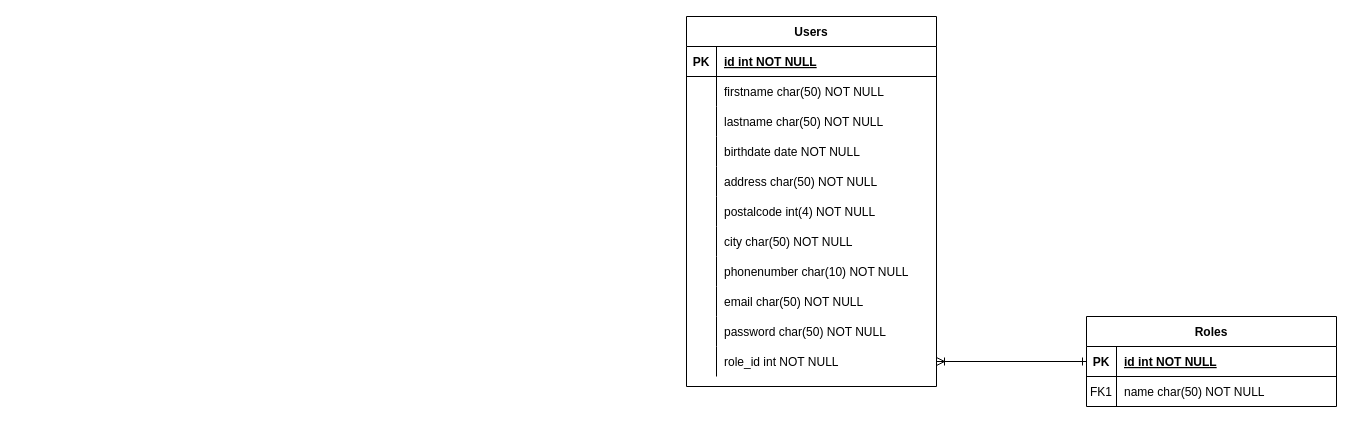
Before: docs/mld/mld.drawio in lzmoosheig/MVP_Project, a draw.io diagram. Source tidied: cells renumbered, new cells numbered last; positions are measured from the earlier drawing's top-left corner, leaving out a move shared by most shapes. Both pictures are drawn from the tidied source at 100%, with x=0, y=0 at pixel (686, 16).
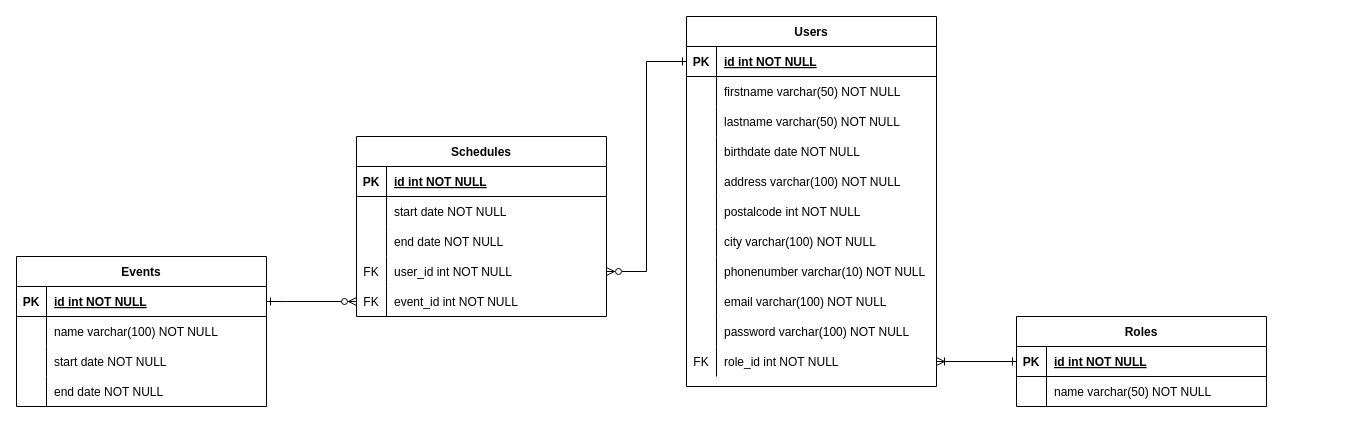
The same diagram, later.

The change refers to these unchanged cells:
```xml
<mxCell id="6" style="shape=partialRectangle;fillColor=none;top=0;left=0;right=0;bottom=0;" parent="2" vertex="1">
  <mxGeometry y="60" width="250" height="30" as="geometry" />
</mxCell>
<mxCell id="10" style="shape=partialRectangle;fillColor=none;points=[[0,0.5],[1,0.5]];portConstraint=eastwest;top=0;left=0;right=0;bottom=1;" parent="9" vertex="1">
  <mxGeometry y="30" width="250" height="30" as="geometry" />
</mxCell>
<mxCell id="13" style="shape=partialRectangle;fillColor=none;top=0;left=0;right=0;bottom=0;" parent="9" vertex="1">
  <mxGeometry y="60" width="250" height="30" as="geometry" />
</mxCell>
<mxCell id="16" style="shape=partialRectangle;fillColor=none;top=0;left=0;right=0;bottom=0;" parent="9" vertex="1">
  <mxGeometry y="90" width="250" height="30" as="geometry" />
</mxCell>
<mxCell id="22" style="shape=partialRectangle;fillColor=none;top=0;left=0;right=0;bottom=0;" parent="9" vertex="1">
  <mxGeometry y="150" width="250" height="30" as="geometry" />
</mxCell>
<mxCell id="25" style="shape=partialRectangle;fillColor=none;top=0;left=0;right=0;bottom=0;" parent="9" vertex="1">
  <mxGeometry y="180" width="250" height="30" as="geometry" />
</mxCell>
<mxCell id="28" style="shape=partialRectangle;fillColor=none;top=0;left=0;right=0;bottom=0;" parent="9" vertex="1">
  <mxGeometry y="210" width="250" height="30" as="geometry" />
</mxCell>
<mxCell id="31" style="shape=partialRectangle;fillColor=none;top=0;left=0;right=0;bottom=0;" parent="9" vertex="1">
  <mxGeometry y="240" width="250" height="30" as="geometry" />
</mxCell>
<mxCell id="34" style="shape=partialRectangle;fillColor=none;top=0;left=0;right=0;bottom=0;" parent="9" vertex="1">
  <mxGeometry y="270" width="250" height="30" as="geometry" />
</mxCell>
<mxCell id="37" style="shape=partialRectangle;fillColor=none;top=0;left=0;right=0;bottom=0;" parent="9" vertex="1">
  <mxGeometry y="300" width="250" height="30" as="geometry" />
</mxCell>
<mxCell id="40" style="shape=partialRectangle;fillColor=none;points=[[0,0.5],[1,0.5]];portConstraint=eastwest;top=0;left=0;right=0;bottom=0;" parent="9" vertex="1">
  <mxGeometry y="330" width="250" height="30" as="geometry" />
</mxCell>
```

What changed in the source:
```diff
@@
     <mxCell id="2" value="Roles" style="shape=table;startSize=30;childLayout=tableLayout;rowLines=0;fontStyle=1;align=center;" parent="1" vertex="1">
-      <mxGeometry x="400" y="300" width="250" height="90" as="geometry" />
+      <mxGeometry x="330" y="300" width="250" height="90" as="geometry" />
     </mxCell>
@@
-    <mxCell id="7" value="FK1" style="shape=partialRectangle;overflow=hidden;fillColor=none;top=0;left=0;bottom=0;right=0;" parent="6" vertex="1">
+    <mxCell id="7" style="shape=partialRectangle;overflow=hidden;fillColor=none;top=0;left=0;bottom=0;right=0;" parent="6" vertex="1">
       <mxGeometry width="30" height="30" as="geometry" />
     </mxCell>
-    <mxCell id="8" value="name char(50) NOT NULL" style="shape=partialRectangle;overflow=hidden;fillColor=none;top=0;left=0;bottom=0;right=0;align=left;spacingLeft=6;" parent="6" vertex="1">
+    <mxCell id="8" value="name varchar(50) NOT NULL" style="shape=partialRectangle;overflow=hidden;fillColor=none;top=0;left=0;bottom=0;right=0;align=left;spacingLeft=6;" parent="6" vertex="1">
       <mxGeometry x="30" width="220" height="30" as="geometry" />
     </mxCell>
@@
-    <mxCell id="15" value="firstname char(50) NOT NULL" style="shape=partialRectangle;overflow=hidden;fillColor=none;top=0;left=0;bottom=0;right=0;align=left;spacingLeft=6;" parent="13" vertex="1">
+    <mxCell id="15" value="firstname varchar(50) NOT NULL" style="shape=partialRectangle;overflow=hidden;fillColor=none;top=0;left=0;bottom=0;right=0;align=left;spacingLeft=6;" parent="13" vertex="1">
       <mxGeometry x="30" width="220" height="30" as="geometry" />
     </mxCell>
@@
-    <mxCell id="18" value="lastname char(50) NOT NULL" style="shape=partialRectangle;overflow=hidden;fillColor=none;top=0;left=0;bottom=0;right=0;align=left;spacingLeft=6;" parent="16" vertex="1">
+    <mxCell id="18" value="lastname varchar(50) NOT NULL" style="shape=partialRectangle;overflow=hidden;fillColor=none;top=0;left=0;bottom=0;right=0;align=left;spacingLeft=6;" parent="16" vertex="1">
       <mxGeometry x="30" width="220" height="30" as="geometry" />
     </mxCell>
@@
-    <mxCell id="24" value="address char(50) NOT NULL" style="shape=partialRectangle;overflow=hidden;fillColor=none;top=0;left=0;bottom=0;right=0;align=left;spacingLeft=6;" parent="22" vertex="1">
+    <mxCell id="24" value="address varchar(100) NOT NULL" style="shape=partialRectangle;overflow=hidden;fillColor=none;top=0;left=0;bottom=0;right=0;align=left;spacingLeft=6;" parent="22" vertex="1">
       <mxGeometry x="30" width="220" height="30" as="geometry" />
     </mxCell>
@@
-    <mxCell id="27" value="postalcode int(4) NOT NULL" style="shape=partialRectangle;overflow=hidden;fillColor=none;top=0;left=0;bottom=0;right=0;align=left;spacingLeft=6;" parent="25" vertex="1">
+    <mxCell id="27" value="postalcode int NOT NULL" style="shape=partialRectangle;overflow=hidden;fillColor=none;top=0;left=0;bottom=0;right=0;align=left;spacingLeft=6;" parent="25" vertex="1">
       <mxGeometry x="30" width="220" height="30" as="geometry" />
     </mxCell>
@@
-    <mxCell id="30" value="city char(50) NOT NULL" style="shape=partialRectangle;overflow=hidden;fillColor=none;top=0;left=0;bottom=0;right=0;align=left;spacingLeft=6;" parent="28" vertex="1">
+    <mxCell id="30" value="city varchar(100) NOT NULL" style="shape=partialRectangle;overflow=hidden;fillColor=none;top=0;left=0;bottom=0;right=0;align=left;spacingLeft=6;" parent="28" vertex="1">
       <mxGeometry x="30" width="220" height="30" as="geometry" />
     </mxCell>
@@
-    <mxCell id="33" value="phonenumber char(10) NOT NULL" style="shape=partialRectangle;overflow=hidden;fillColor=none;top=0;left=0;bottom=0;right=0;align=left;spacingLeft=6;" parent="31" vertex="1">
+    <mxCell id="33" value="phonenumber varchar(10) NOT NULL" style="shape=partialRectangle;overflow=hidden;fillColor=none;top=0;left=0;bottom=0;right=0;align=left;spacingLeft=6;" parent="31" vertex="1">
       <mxGeometry x="30" width="220" height="30" as="geometry" />
     </mxCell>
@@
-    <mxCell id="36" value="email char(50) NOT NULL" style="shape=partialRectangle;overflow=hidden;fillColor=none;top=0;left=0;bottom=0;right=0;align=left;spacingLeft=6;" parent="34" vertex="1">
+    <mxCell id="36" value="email varchar(100) NOT NULL" style="shape=partialRectangle;overflow=hidden;fillColor=none;top=0;left=0;bottom=0;right=0;align=left;spacingLeft=6;" parent="34" vertex="1">
       <mxGeometry x="30" width="220" height="30" as="geometry" />
     </mxCell>
@@
-    <mxCell id="39" value="password char(50) NOT NULL" style="shape=partialRectangle;overflow=hidden;fillColor=none;top=0;left=0;bottom=0;right=0;align=left;spacingLeft=6;" parent="37" vertex="1">
+    <mxCell id="39" value="password varchar(100) NOT NULL" style="shape=partialRectangle;overflow=hidden;fillColor=none;top=0;left=0;bottom=0;right=0;align=left;spacingLeft=6;" parent="37" vertex="1">
       <mxGeometry x="30" width="220" height="30" as="geometry" />
     </mxCell>
@@
-    <mxCell id="41" style="shape=partialRectangle;overflow=hidden;fillColor=none;top=0;left=0;bottom=0;right=0;" parent="40" vertex="1">
+    <mxCell id="41" value="FK" style="shape=partialRectangle;overflow=hidden;fillColor=none;top=0;left=0;bottom=0;right=0;" parent="40" vertex="1">
       <mxGeometry width="30" height="30" as="geometry" />
     </mxCell>
@@
+    <mxCell id="44" value="Schedules" style="shape=table;startSize=30;childLayout=tableLayout;rowLines=0;fontStyle=1;align=center;" parent="1" vertex="1">
+      <mxGeometry x="-330" y="120" width="250" height="180" as="geometry" />
+    </mxCell>
+    <mxCell id="45" style="shape=partialRectangle;fillColor=none;top=0;left=0;right=0;bottom=1;" parent="44" vertex="1">
+      <mxGeometry y="30" width="250" height="30" as="geometry" />
+    </mxCell>
+    <mxCell id="46" value="PK" style="shape=partialRectangle;overflow=hidden;fillColor=none;top=0;left=0;bottom=0;right=0;fontStyle=1;" parent="45" vertex="1">
+      <mxGeometry width="30" height="30" as="geometry" />
+    </mxCell>
+    <mxCell id="47" value="id int NOT NULL " style="shape=partialRectangle;overflow=hidden;fillColor=none;top=0;left=0;bottom=0;right=0;align=left;spacingLeft=6;fontStyle=5;" parent="45" vertex="1">
+      <mxGeometry x="30" width="220" height="30" as="geometry" />
+    </mxCell>
+    <mxCell id="48" style="shape=partialRectangle;fillColor=none;top=0;left=0;right=0;bottom=0;" parent="44" vertex="1">
+      <mxGeometry y="60" width="250" height="30" as="geometry" />
+    </mxCell>
+    <mxCell id="49" style="shape=partialRectangle;overflow=hidden;fillColor=none;top=0;left=0;bottom=0;right=0;" parent="48" vertex="1">
+      <mxGeometry width="30" height="30" as="geometry" />
+    </mxCell>
+    <mxCell id="50" value="start date NOT NULL" style="shape=partialRectangle;overflow=hidden;fillColor=none;top=0;left=0;bottom=0;right=0;align=left;spacingLeft=6;" parent="48" vertex="1">
+      <mxGeometry x="30" width="220" height="30" as="geometry" />
+    </mxCell>
+    <mxCell id="51" style="shape=partialRectangle;fillColor=none;top=0;left=0;right=0;bottom=0;" parent="44" vertex="1">
+      <mxGeometry y="90" width="250" height="30" as="geometry" />
+    </mxCell>
+    <mxCell id="52" style="shape=partialRectangle;overflow=hidden;fillColor=none;top=0;left=0;bottom=0;right=0;" parent="51" vertex="1">
+      <mxGeometry width="30" height="30" as="geometry" />
+    </mxCell>
+    <mxCell id="53" value="end date NOT NULL" style="shape=partialRectangle;overflow=hidden;fillColor=none;top=0;left=0;bottom=0;right=0;align=left;spacingLeft=6;" parent="51" vertex="1">
+      <mxGeometry x="30" width="220" height="30" as="geometry" />
+    </mxCell>
+    <mxCell id="54" style="shape=partialRectangle;fillColor=none;points=[[0,0.5],[1,0.5]];portConstraint=eastwest;top=0;left=0;right=0;bottom=0;" parent="44" vertex="1">
+      <mxGeometry y="120" width="250" height="30" as="geometry" />
+    </mxCell>
+    <mxCell id="55" value="FK" style="shape=partialRectangle;overflow=hidden;fillColor=none;top=0;left=0;bottom=0;right=0;" parent="54" vertex="1">
+      <mxGeometry width="30" height="30" as="geometry" />
+    </mxCell>
+    <mxCell id="56" value="user_id int NOT NULL" style="shape=partialRectangle;overflow=hidden;fillColor=none;top=0;left=0;bottom=0;right=0;align=left;spacingLeft=6;" parent="54" vertex="1">
+      <mxGeometry x="30" width="220" height="30" as="geometry" />
+    </mxCell>
+    <mxCell id="57" style="shape=partialRectangle;fillColor=none;points=[[0,0.5],[1,0.5]];portConstraint=eastwest;top=0;left=0;right=0;bottom=0;" parent="44" vertex="1">
+      <mxGeometry y="150" width="250" height="30" as="geometry" />
+    </mxCell>
+    <mxCell id="58" value="FK" style="shape=partialRectangle;overflow=hidden;fillColor=none;top=0;left=0;bottom=0;right=0;" parent="57" vertex="1">
+      <mxGeometry width="30" height="30" as="geometry" />
+    </mxCell>
+    <mxCell id="59" value="event_id int NOT NULL" style="shape=partialRectangle;overflow=hidden;fillColor=none;top=0;left=0;bottom=0;right=0;align=left;spacingLeft=6;" parent="57" vertex="1">
+      <mxGeometry x="30" width="220" height="30" as="geometry" />
+    </mxCell>
+    <mxCell id="60" value="Events" style="shape=table;startSize=30;childLayout=tableLayout;rowLines=0;fontStyle=1;align=center;" parent="1" vertex="1">
+      <mxGeometry x="-670" y="240" width="250" height="150" as="geometry" />
+    </mxCell>
+    <mxCell id="61" style="shape=partialRectangle;fillColor=none;points=[[0,0.5],[1,0.5]];portConstraint=eastwest;top=0;left=0;right=0;bottom=1;" parent="60" vertex="1">
+      <mxGeometry y="30" width="250" height="30" as="geometry" />
+    </mxCell>
+    <mxCell id="62" value="PK" style="shape=partialRectangle;overflow=hidden;fillColor=none;top=0;left=0;bottom=0;right=0;fontStyle=1;" parent="61" vertex="1">
+      <mxGeometry width="30" height="30" as="geometry" />
+    </mxCell>
+    <mxCell id="63" value="id int NOT NULL " style="shape=partialRectangle;overflow=hidden;fillColor=none;top=0;left=0;bottom=0;right=0;align=left;spacingLeft=6;fontStyle=5;" parent="61" vertex="1">
+      <mxGeometry x="30" width="220" height="30" as="geometry" />
+    </mxCell>
+    <mxCell id="64" style="shape=partialRectangle;fillColor=none;top=0;left=0;right=0;bottom=0;" parent="60" vertex="1">
+      <mxGeometry y="60" width="250" height="30" as="geometry" />
+    </mxCell>
+    <mxCell id="65" style="shape=partialRectangle;overflow=hidden;fillColor=none;top=0;left=0;bottom=0;right=0;" parent="64" vertex="1">
+      <mxGeometry width="30" height="30" as="geometry" />
+    </mxCell>
+    <mxCell id="66" value="name varchar(100) NOT NULL" style="shape=partialRectangle;overflow=hidden;fillColor=none;top=0;left=0;bottom=0;right=0;align=left;spacingLeft=6;" parent="64" vertex="1">
+      <mxGeometry x="30" width="220" height="30" as="geometry" />
+    </mxCell>
+    <mxCell id="67" style="shape=partialRectangle;fillColor=none;top=0;left=0;right=0;bottom=0;" parent="60" vertex="1">
+      <mxGeometry y="90" width="250" height="30" as="geometry" />
+    </mxCell>
+    <mxCell id="68" style="shape=partialRectangle;overflow=hidden;fillColor=none;top=0;left=0;bottom=0;right=0;" parent="67" vertex="1">
+      <mxGeometry width="30" height="30" as="geometry" />
+    </mxCell>
+    <mxCell id="69" value="start date NOT NULL" style="shape=partialRectangle;overflow=hidden;fillColor=none;top=0;left=0;bottom=0;right=0;align=left;spacingLeft=6;" parent="67" vertex="1">
+      <mxGeometry x="30" width="220" height="30" as="geometry" />
+    </mxCell>
+    <mxCell id="70" style="shape=partialRectangle;fillColor=none;top=0;left=0;right=0;bottom=0;" parent="60" vertex="1">
+      <mxGeometry y="120" width="250" height="30" as="geometry" />
+    </mxCell>
+    <mxCell id="71" style="shape=partialRectangle;overflow=hidden;fillColor=none;top=0;left=0;bottom=0;right=0;" parent="70" vertex="1">
+      <mxGeometry width="30" height="30" as="geometry" />
+    </mxCell>
+    <mxCell id="72" value="end date NOT NULL" style="shape=partialRectangle;overflow=hidden;fillColor=none;top=0;left=0;bottom=0;right=0;align=left;spacingLeft=6;" parent="70" vertex="1">
+      <mxGeometry x="30" width="220" height="30" as="geometry" />
+    </mxCell>
+    <mxCell id="73" style="edgeStyle=orthogonalEdgeStyle;rounded=0;jettySize=auto;html=1;exitX=0;exitY=0.5;exitDx=0;exitDy=0;entryX=1;entryY=0.5;entryDx=0;entryDy=0;endArrow=ERzeroToMany;endFill=0;startArrow=ERone;startFill=0;" parent="1" edge="1" source="10" target="54">
+      <mxGeometry relative="1" as="geometry" />
+    </mxCell>
+    <mxCell id="74" style="edgeStyle=orthogonalEdgeStyle;rounded=0;jettySize=auto;html=1;exitX=1;exitY=0.5;exitDx=0;exitDy=0;endArrow=ERzeroToMany;endFill=0;startArrow=ERone;startFill=0;entryX=0;entryY=0.5;entryDx=0;entryDy=0;" parent="1" edge="1" source="61" target="57">
+      <mxGeometry relative="1" as="geometry">
+        <Array as="points">
+          <mxPoint x="-400" y="285" />
+          <mxPoint x="-400" y="285" />
+        </Array>
+      </mxGeometry>
+    </mxCell>
```
